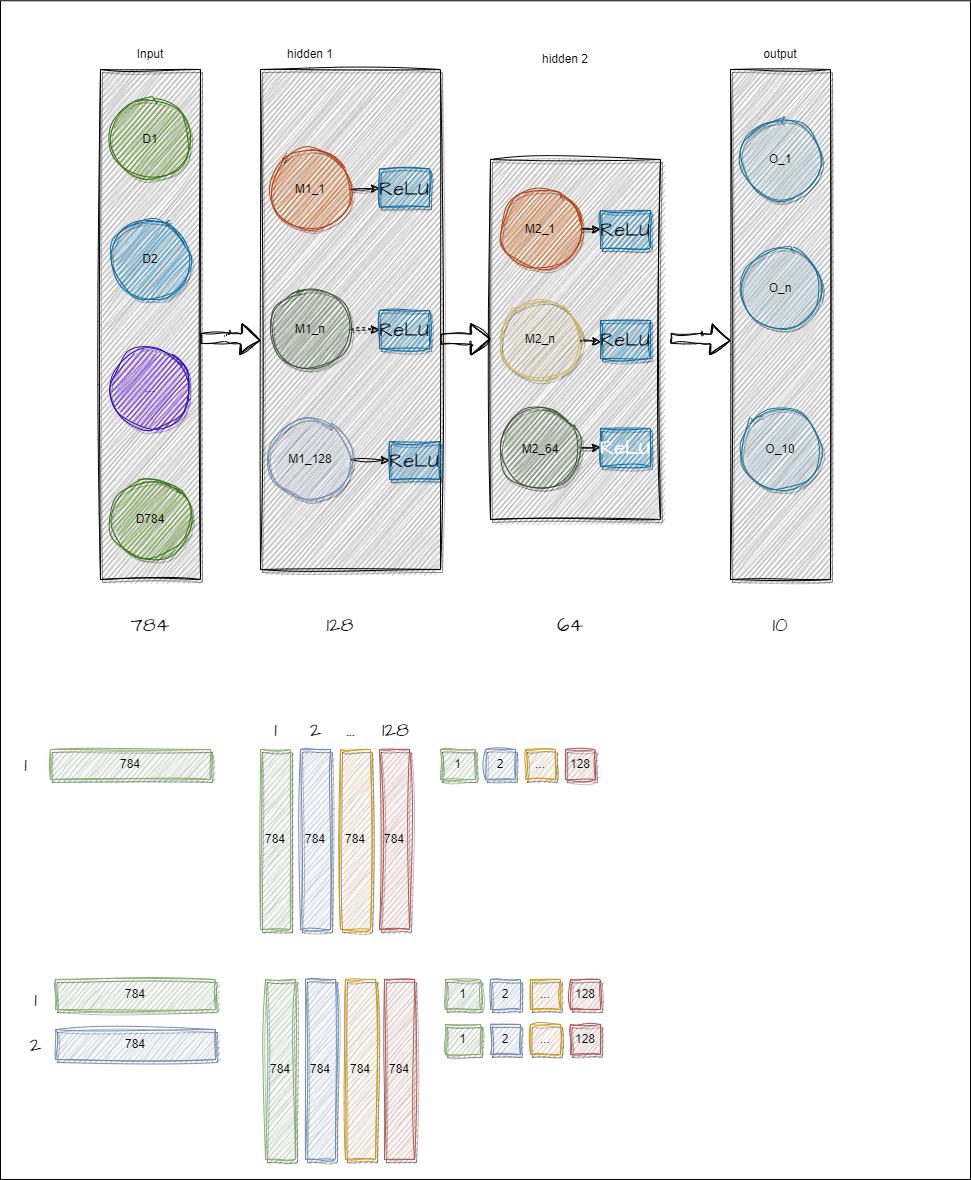
Above: doc/imgs/fc_model.drawio.png in CXianRen/MyNN (draw.io), before the change. Source tidied: cells renumbered, new cells last; positions are measured from the earlier drawing's top-left corner, leaving out a move shared by most shapes.
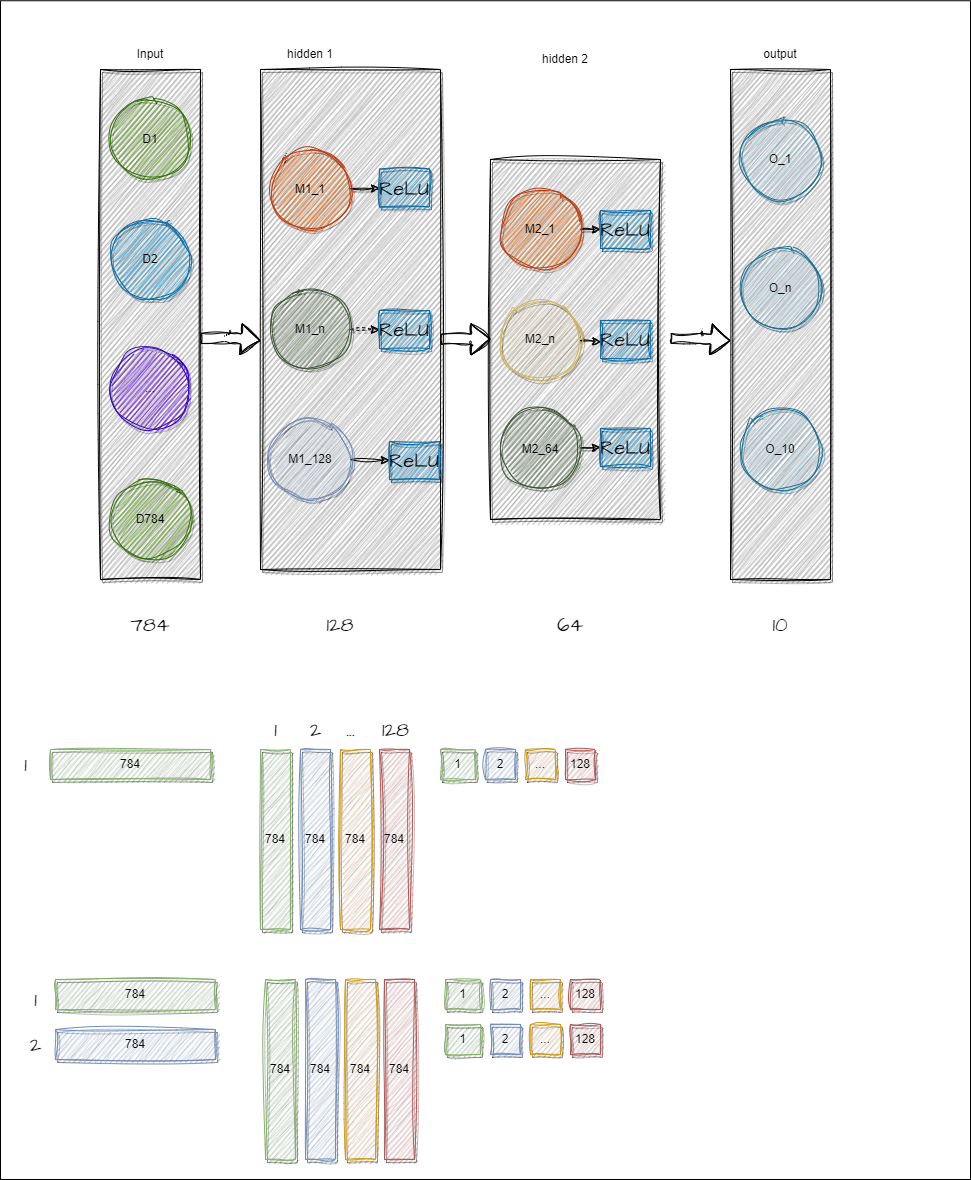
The same diagram one commit later.

Diff of the diagram source:
```diff
@@ -74,7 +74,7 @@
     <mxCell id="25" value="&lt;font color=&quot;#000000&quot;&gt;ReLU&lt;/font&gt;" style="rounded=0;whiteSpace=wrap;html=1;hachureGap=4;fontFamily=Architects Daughter;fontSource=https%3A%2F%2Ffonts.googleapis.com%2Fcss%3Ffamily%3DArchitects%2BDaughter;fontSize=20;fillColor=#1ba1e2;fontColor=#ffffff;strokeColor=#006EAF;sketch=1;curveFitting=1;jiggle=2;shadow=1;" parent="1" vertex="1">
       <mxGeometry x="600" y="210" width="50" height="38" as="geometry" />
     </mxCell>
-    <mxCell id="26" value="ReLU" style="rounded=0;whiteSpace=wrap;html=1;hachureGap=4;fontFamily=Architects Daughter;fontSource=https%3A%2F%2Ffonts.googleapis.com%2Fcss%3Ffamily%3DArchitects%2BDaughter;fontSize=20;fillColor=#1ba1e2;fontColor=#ffffff;strokeColor=#006EAF;sketch=1;curveFitting=1;jiggle=2;shadow=1;" parent="1" vertex="1">
+    <mxCell id="26" value="&lt;font color=&quot;#000000&quot;&gt;ReLU&lt;/font&gt;" style="rounded=0;whiteSpace=wrap;html=1;hachureGap=4;fontFamily=Architects Daughter;fontSource=https%3A%2F%2Ffonts.googleapis.com%2Fcss%3Ffamily%3DArchitects%2BDaughter;fontSize=20;fillColor=#1ba1e2;fontColor=#ffffff;strokeColor=#006EAF;sketch=1;curveFitting=1;jiggle=2;shadow=1;" parent="1" vertex="1">
       <mxGeometry x="600" y="428" width="50" height="38" as="geometry" />
     </mxCell>
     <mxCell id="27" value="O_n" style="ellipse;whiteSpace=wrap;html=1;fillColor=#b1ddf0;strokeColor=#10739e;sketch=1;curveFitting=1;jiggle=2;shadow=1;" parent="1" vertex="1">
```
